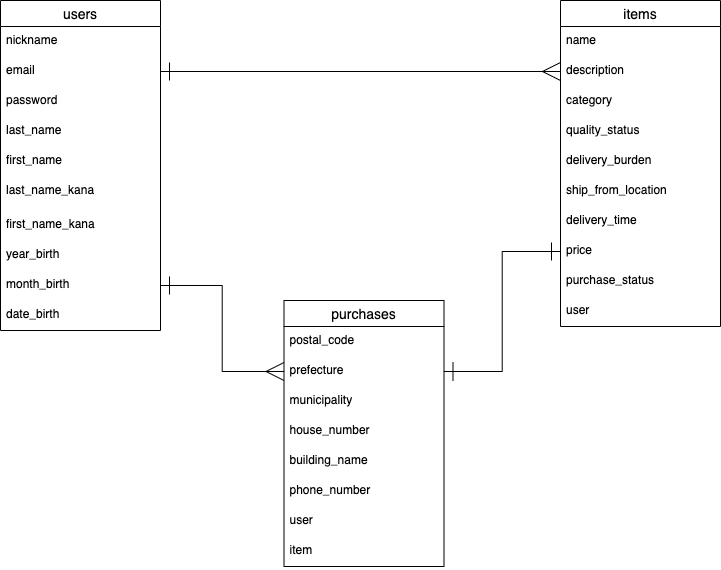
Above: er.drawio.png in moriken4320/furima-32011 (draw.io), before the change. Source tidied: cells renumbered, new cells last; positions are measured from the earlier drawing's top-left corner, leaving out a move shared by most shapes.
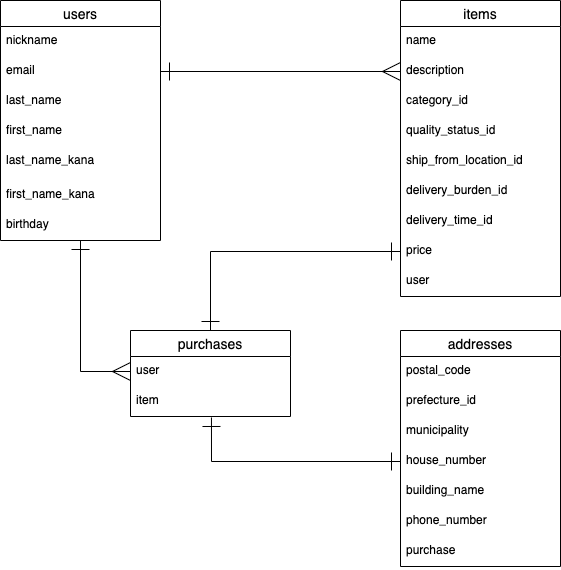
The same diagram one commit later.

Commit message:
データベース設計の修正

The edit, as a diff of the source:
```diff
@@ -3,7 +3,7 @@
     <mxCell id="0" />
     <mxCell id="1" parent="0" />
     <mxCell id="2" value="users" style="swimlane;fontStyle=0;horizontal=1;startSize=26;align=center;fontSize=14;" parent="1" vertex="1">
-      <mxGeometry width="160" height="330" as="geometry" />
+      <mxGeometry width="160" height="240" as="geometry" />
     </mxCell>
     <mxCell id="3" value="nickname" style="text;strokeColor=none;fillColor=none;spacingLeft=4;spacingRight=4;overflow=hidden;fontSize=12;" parent="2" vertex="1">
       <mxGeometry y="26" width="160" height="30" as="geometry" />
@@ -11,32 +11,32 @@
     <mxCell id="4" value="email" style="text;strokeColor=none;fillColor=none;spacingLeft=4;spacingRight=4;overflow=hidden;points=[[0,0.5],[1,0.5]];portConstraint=eastwest;fontSize=12;" parent="2" vertex="1">
       <mxGeometry y="56" width="160" height="30" as="geometry" />
     </mxCell>
-    <mxCell id="5" value="password" style="text;strokeColor=none;fillColor=none;spacingLeft=4;spacingRight=4;overflow=hidden;fontSize=12;" parent="2" vertex="1">
-      <mxGeometry y="86" width="160" height="30" as="geometry" />
-    </mxCell>
     <mxCell id="6" value="last_name" style="text;strokeColor=none;fillColor=none;spacingLeft=4;spacingRight=4;overflow=hidden;fontSize=12;" parent="2" vertex="1">
-      <mxGeometry y="116" width="160" height="30" as="geometry" />
+      <mxGeometry y="86" width="160" height="30" as="geometry" />
     </mxCell>
     <mxCell id="7" value="first_name" style="text;strokeColor=none;fillColor=none;spacingLeft=4;spacingRight=4;overflow=hidden;fontSize=12;" parent="2" vertex="1">
-      <mxGeometry y="146" width="160" height="30" as="geometry" />
+      <mxGeometry y="116" width="160" height="30" as="geometry" />
     </mxCell>
     <mxCell id="8" value="last_name_kana" style="text;strokeColor=none;fillColor=none;spacingLeft=4;spacingRight=4;overflow=hidden;fontSize=12;" parent="2" vertex="1">
-      <mxGeometry y="176" width="160" height="34" as="geometry" />
+      <mxGeometry y="146" width="160" height="34" as="geometry" />
     </mxCell>
     <mxCell id="9" value="first_name_kana" style="text;strokeColor=none;fillColor=none;spacingLeft=4;spacingRight=4;overflow=hidden;fontSize=12;" parent="2" vertex="1">
-      <mxGeometry y="210" width="160" height="30" as="geometry" />
+      <mxGeometry y="180" width="160" height="30" as="geometry" />
     </mxCell>
-    <mxCell id="10" value="year_birth" style="text;strokeColor=none;fillColor=none;spacingLeft=4;spacingRight=4;overflow=hidden;fontSize=12;" parent="2" vertex="1">
-      <mxGeometry y="240" width="160" height="30" as="geometry" />
+    <mxCell id="10" value="birthday" style="text;strokeColor=none;fillColor=none;spacingLeft=4;spacingRight=4;overflow=hidden;fontSize=12;" parent="2" vertex="1">
+      <mxGeometry y="210" width="160" height="30" as="geometry" />
     </mxCell>
-    <mxCell id="11" value="month_birth" style="text;strokeColor=none;fillColor=none;spacingLeft=4;spacingRight=4;overflow=hidden;points=[[0,0.5],[1,0.5]];portConstraint=eastwest;fontSize=12;" parent="2" vertex="1">
-      <mxGeometry y="270" width="160" height="30" as="geometry" />
-    </mxCell>
-    <mxCell id="12" value="date_birth" style="text;strokeColor=none;fillColor=none;spacingLeft=4;spacingRight=4;overflow=hidden;fontSize=12;" parent="2" vertex="1">
-      <mxGeometry y="300" width="160" height="30" as="geometry" />
-    </mxCell>
+    <mxCell id="24" style="edgeStyle=orthogonalEdgeStyle;rounded=0;jettySize=auto;html=1;exitX=1;exitY=0.5;exitDx=0;exitDy=0;entryX=0;entryY=0.5;entryDx=0;entryDy=0;startArrow=ERone;startFill=0;endArrow=ERmany;endFill=0;endSize=16;startSize=16;" parent="1" edge="1" source="4" target="15">
+      <mxGeometry relative="1" as="geometry" />
+    </mxCell>
+    <mxCell id="25" style="edgeStyle=orthogonalEdgeStyle;rounded=0;jettySize=auto;html=1;entryX=0;entryY=0.5;entryDx=0;entryDy=0;startArrow=ERone;startFill=0;endArrow=ERmany;endFill=0;endSize=16;startSize=16;" parent="1" edge="1" source="2" target="34">
+      <mxGeometry relative="1" as="geometry" />
+    </mxCell>
+    <mxCell id="26" style="edgeStyle=orthogonalEdgeStyle;rounded=0;jettySize=auto;html=1;exitX=0;exitY=0.5;exitDx=0;exitDy=0;entryX=0.5;entryY=0;entryDx=0;entryDy=0;startArrow=ERone;startFill=0;endArrow=ERone;endFill=0;endSize=16;startSize=16;" parent="1" edge="1" source="21" target="27">
+      <mxGeometry relative="1" as="geometry" />
+    </mxCell>
     <mxCell id="13" value="items" style="swimlane;fontStyle=0;horizontal=1;startSize=26;align=center;fontSize=14;" parent="1" vertex="1">
-      <mxGeometry x="560" width="160" height="326" as="geometry" />
+      <mxGeometry x="400" width="160" height="296" as="geometry" />
     </mxCell>
     <mxCell id="14" value="name" style="text;strokeColor=none;fillColor=none;spacingLeft=4;spacingRight=4;overflow=hidden;fontSize=12;" parent="13" vertex="1">
       <mxGeometry y="26" width="160" height="30" as="geometry" />
@@ -44,65 +44,62 @@
     <mxCell id="15" value="description" style="text;strokeColor=none;fillColor=none;spacingLeft=4;spacingRight=4;overflow=hidden;points=[[0,0.5],[1,0.5]];portConstraint=eastwest;fontSize=12;" parent="13" vertex="1">
       <mxGeometry y="56" width="160" height="30" as="geometry" />
     </mxCell>
-    <mxCell id="16" value="category" style="text;strokeColor=none;fillColor=none;spacingLeft=4;spacingRight=4;overflow=hidden;fontSize=12;" parent="13" vertex="1">
+    <mxCell id="16" value="category_id" style="text;strokeColor=none;fillColor=none;spacingLeft=4;spacingRight=4;overflow=hidden;fontSize=12;" parent="13" vertex="1">
       <mxGeometry y="86" width="160" height="30" as="geometry" />
     </mxCell>
-    <mxCell id="17" value="quality_status" style="text;strokeColor=none;fillColor=none;spacingLeft=4;spacingRight=4;overflow=hidden;fontSize=12;" parent="13" vertex="1">
+    <mxCell id="17" value="quality_status_id" style="text;strokeColor=none;fillColor=none;spacingLeft=4;spacingRight=4;overflow=hidden;fontSize=12;" parent="13" vertex="1">
       <mxGeometry y="116" width="160" height="30" as="geometry" />
     </mxCell>
+    <mxCell id="19" value="ship_from_location_id" style="text;strokeColor=none;fillColor=none;spacingLeft=4;spacingRight=4;overflow=hidden;fontSize=12;" parent="13" vertex="1">
+      <mxGeometry y="146" width="160" height="30" as="geometry" />
+    </mxCell>
-    <mxCell id="18" value="delivery_burden" style="text;strokeColor=none;fillColor=none;spacingLeft=4;spacingRight=4;overflow=hidden;fontSize=12;" parent="13" vertex="1">
-      <mxGeometry y="146" width="160" height="30" as="geometry" />
+    <mxCell id="18" value="delivery_burden_id" style="text;strokeColor=none;fillColor=none;spacingLeft=4;spacingRight=4;overflow=hidden;fontSize=12;" parent="13" vertex="1">
+      <mxGeometry y="176" width="160" height="30" as="geometry" />
     </mxCell>
-    <mxCell id="19" value="ship_from_location" style="text;strokeColor=none;fillColor=none;spacingLeft=4;spacingRight=4;overflow=hidden;fontSize=12;" parent="13" vertex="1">
-      <mxGeometry y="176" width="160" height="30" as="geometry" />
-    </mxCell>
-    <mxCell id="20" value="delivery_time" style="text;strokeColor=none;fillColor=none;spacingLeft=4;spacingRight=4;overflow=hidden;fontSize=12;" parent="13" vertex="1">
+    <mxCell id="20" value="delivery_time_id" style="text;strokeColor=none;fillColor=none;spacingLeft=4;spacingRight=4;overflow=hidden;fontSize=12;" parent="13" vertex="1">
       <mxGeometry y="206" width="160" height="30" as="geometry" />
     </mxCell>
     <mxCell id="21" value="price" style="text;strokeColor=none;fillColor=none;spacingLeft=4;spacingRight=4;overflow=hidden;points=[[0,0.5],[1,0.5]];portConstraint=eastwest;fontSize=12;" parent="13" vertex="1">
       <mxGeometry y="236" width="160" height="30" as="geometry" />
     </mxCell>
-    <mxCell id="22" value="purchase_status" style="text;strokeColor=none;fillColor=none;spacingLeft=4;spacingRight=4;overflow=hidden;fontSize=12;" parent="13" vertex="1">
-      <mxGeometry y="266" width="160" height="30" as="geometry" />
-    </mxCell>
     <mxCell id="23" value="user" style="text;strokeColor=none;fillColor=none;spacingLeft=4;spacingRight=4;overflow=hidden;fontSize=12;" parent="13" vertex="1">
-      <mxGeometry y="296" width="160" height="30" as="geometry" />
+      <mxGeometry y="266" width="160" height="30" as="geometry" />
     </mxCell>
-    <mxCell id="24" style="edgeStyle=orthogonalEdgeStyle;rounded=0;jettySize=auto;html=1;exitX=1;exitY=0.5;exitDx=0;exitDy=0;entryX=0;entryY=0.5;entryDx=0;entryDy=0;startArrow=ERone;startFill=0;endArrow=ERmany;endFill=0;endSize=16;startSize=16;" parent="1" edge="1" source="4" target="15">
-      <mxGeometry relative="1" as="geometry" />
-    </mxCell>
-    <mxCell id="25" style="edgeStyle=orthogonalEdgeStyle;rounded=0;jettySize=auto;html=1;exitX=1;exitY=0.5;exitDx=0;exitDy=0;entryX=0;entryY=0.5;entryDx=0;entryDy=0;startArrow=ERone;startFill=0;endArrow=ERmany;endFill=0;endSize=16;startSize=16;" parent="1" edge="1" source="11" target="29">
-      <mxGeometry relative="1" as="geometry" />
-    </mxCell>
-    <mxCell id="26" style="edgeStyle=orthogonalEdgeStyle;rounded=0;jettySize=auto;html=1;exitX=0;exitY=0.5;exitDx=0;exitDy=0;entryX=1;entryY=0.5;entryDx=0;entryDy=0;startArrow=ERone;startFill=0;endArrow=ERone;endFill=0;endSize=16;startSize=16;" parent="1" edge="1" source="21" target="29">
-      <mxGeometry relative="1" as="geometry" />
-    </mxCell>
-    <mxCell id="27" value="purchases" style="swimlane;fontStyle=0;horizontal=1;startSize=26;align=center;fontSize=14;" parent="1" vertex="1">
-      <mxGeometry x="283.5" y="300" width="160" height="266" as="geometry" />
-    </mxCell>
+    <mxCell id="36" value="addresses" style="swimlane;fontStyle=0;horizontal=1;startSize=26;align=center;fontSize=14;" parent="1" vertex="1">
+      <mxGeometry x="400" y="330" width="160" height="236" as="geometry" />
+    </mxCell>
-    <mxCell id="28" value="postal_code" style="text;strokeColor=none;fillColor=none;spacingLeft=4;spacingRight=4;overflow=hidden;fontSize=12;" parent="27" vertex="1">
+    <mxCell id="28" value="postal_code" style="text;strokeColor=none;fillColor=none;spacingLeft=4;spacingRight=4;overflow=hidden;fontSize=12;" parent="36" vertex="1">
       <mxGeometry y="26" width="160" height="30" as="geometry" />
     </mxCell>
-    <mxCell id="29" value="prefecture" style="text;strokeColor=none;fillColor=none;spacingLeft=4;spacingRight=4;overflow=hidden;points=[[0,0.5],[1,0.5]];portConstraint=eastwest;fontSize=12;" parent="27" vertex="1">
-      <mxGeometry y="56" width="160" height="30" as="geometry" />
-    </mxCell>
+    <mxCell id="37" value="prefecture_id" style="text;strokeColor=none;fillColor=none;spacingLeft=4;spacingRight=4;overflow=hidden;fontSize=12;" parent="36" vertex="1">
+      <mxGeometry y="56" width="160" height="30" as="geometry" />
+    </mxCell>
-    <mxCell id="30" value="municipality" style="text;strokeColor=none;fillColor=none;spacingLeft=4;spacingRight=4;overflow=hidden;fontSize=12;" parent="27" vertex="1">
+    <mxCell id="30" value="municipality" style="text;strokeColor=none;fillColor=none;spacingLeft=4;spacingRight=4;overflow=hidden;fontSize=12;" parent="36" vertex="1">
       <mxGeometry y="86" width="160" height="30" as="geometry" />
     </mxCell>
-    <mxCell id="31" value="house_number" style="text;strokeColor=none;fillColor=none;spacingLeft=4;spacingRight=4;overflow=hidden;points=[[0,0.5],[1,0.5]];portConstraint=eastwest;fontSize=12;" parent="27" vertex="1">
+    <mxCell id="31" value="house_number" style="text;strokeColor=none;fillColor=none;spacingLeft=4;spacingRight=4;overflow=hidden;points=[[0,0.5],[1,0.5]];portConstraint=eastwest;fontSize=12;" parent="36" vertex="1">
       <mxGeometry y="116" width="160" height="30" as="geometry" />
     </mxCell>
-    <mxCell id="32" value="building_name" style="text;strokeColor=none;fillColor=none;spacingLeft=4;spacingRight=4;overflow=hidden;fontSize=12;" parent="27" vertex="1">
+    <mxCell id="32" value="building_name" style="text;strokeColor=none;fillColor=none;spacingLeft=4;spacingRight=4;overflow=hidden;fontSize=12;" parent="36" vertex="1">
       <mxGeometry y="146" width="160" height="30" as="geometry" />
     </mxCell>
-    <mxCell id="33" value="phone_number" style="text;strokeColor=none;fillColor=none;spacingLeft=4;spacingRight=4;overflow=hidden;fontSize=12;" parent="27" vertex="1">
+    <mxCell id="33" value="phone_number" style="text;strokeColor=none;fillColor=none;spacingLeft=4;spacingRight=4;overflow=hidden;fontSize=12;" parent="36" vertex="1">
       <mxGeometry y="176" width="160" height="30" as="geometry" />
     </mxCell>
+    <mxCell id="38" value="purchase" style="text;strokeColor=none;fillColor=none;spacingLeft=4;spacingRight=4;overflow=hidden;fontSize=12;" parent="36" vertex="1">
+      <mxGeometry y="206" width="160" height="30" as="geometry" />
+    </mxCell>
+    <mxCell id="39" style="edgeStyle=orthogonalEdgeStyle;rounded=0;jettySize=auto;html=1;exitX=0.506;exitY=1.033;exitDx=0;exitDy=0;entryX=0;entryY=0.5;entryDx=0;entryDy=0;startArrow=ERone;startFill=0;endSize=16;startSize=16;endArrow=ERone;endFill=0;exitPerimeter=0;" parent="1" edge="1" source="35" target="31">
+      <mxGeometry relative="1" as="geometry" />
+    </mxCell>
+    <mxCell id="27" value="purchases" style="swimlane;fontStyle=0;horizontal=1;startSize=26;align=center;fontSize=14;" parent="1" vertex="1">
+      <mxGeometry x="130" y="330" width="160" height="86" as="geometry" />
+    </mxCell>
     <mxCell id="34" value="user" style="text;strokeColor=none;fillColor=none;spacingLeft=4;spacingRight=4;overflow=hidden;points=[[0,0.5],[1,0.5]];portConstraint=eastwest;fontSize=12;" parent="27" vertex="1">
-      <mxGeometry y="206" width="160" height="30" as="geometry" />
+      <mxGeometry y="26" width="160" height="30" as="geometry" />
     </mxCell>
     <mxCell id="35" value="item" style="text;strokeColor=none;fillColor=none;spacingLeft=4;spacingRight=4;overflow=hidden;points=[[0,0.5],[1,0.5]];portConstraint=eastwest;fontSize=12;" parent="27" vertex="1">
-      <mxGeometry y="236" width="160" height="30" as="geometry" />
+      <mxGeometry y="56" width="160" height="30" as="geometry" />
     </mxCell>
   </root>
 </mxGraphModel>
```
